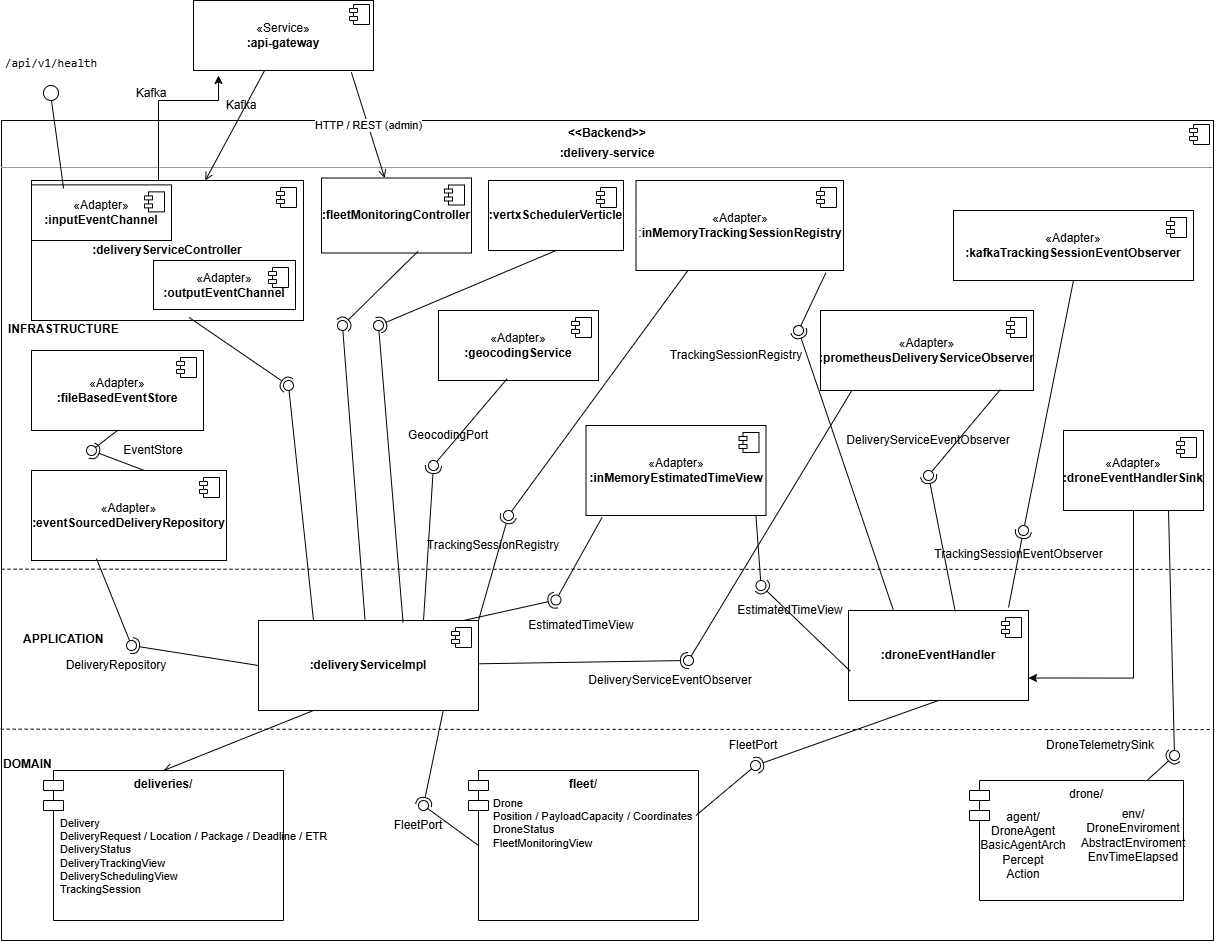
The draw.io diagram doc/delivery-service-v3.drawio.png in MarcoMoro10/SAP-Assignment3, before a commit. Source tidied: cells renumbered, new cells last; positions are measured from the earlier drawing's top-left corner, leaving out a move shared by most shapes.
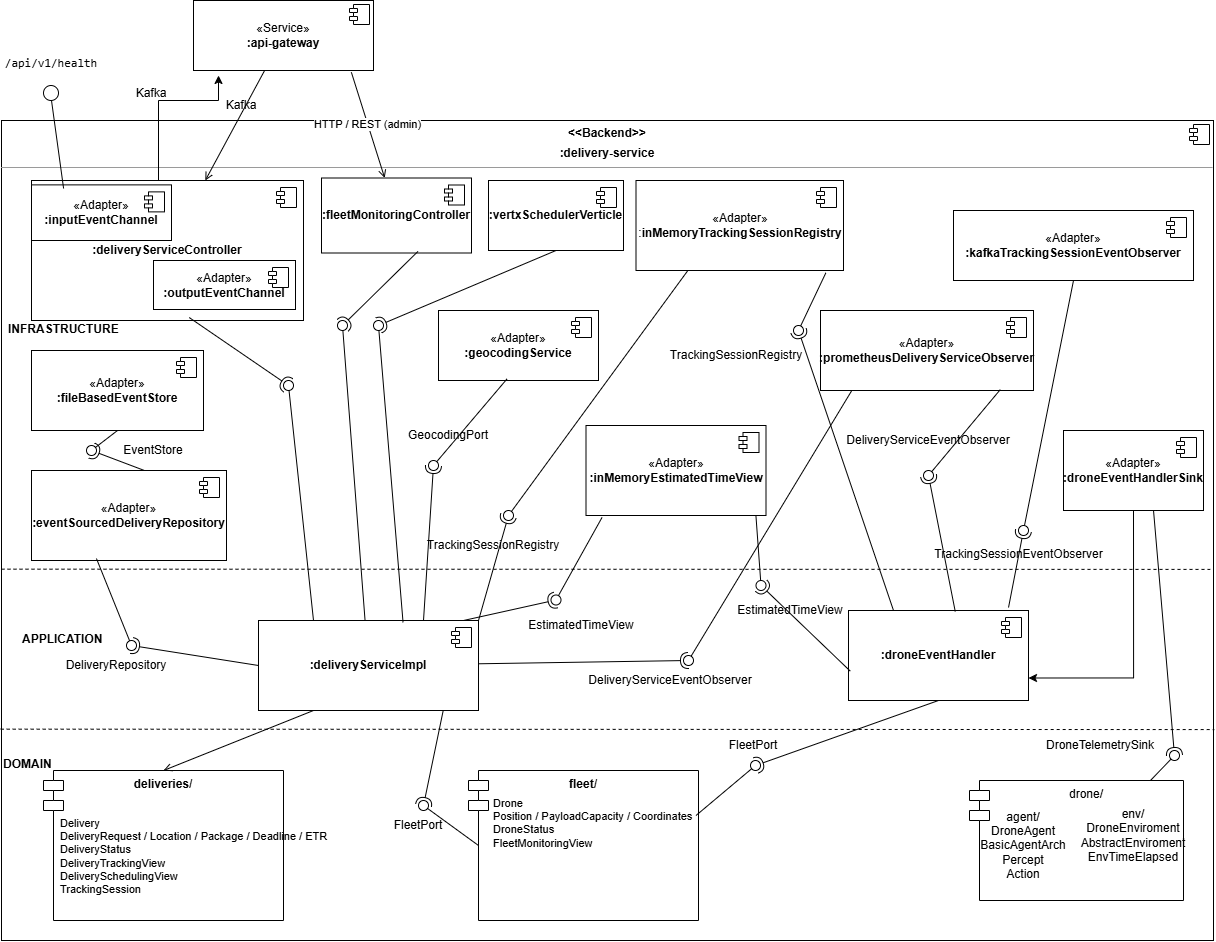
The same file after the commit.

Commit message:
Add SLI and SLO documentation, modified diagram that has errors, update async API

The edit, as a diff of the source:
```diff
@@ -245,10 +245,10 @@
     <mxCell id="72" value="FleetPort" style="text;html=1;whiteSpace=wrap;strokeColor=none;fillColor=none;align=center;verticalAlign=middle;rounded=0;" parent="1" vertex="1">
       <mxGeometry x="723" y="730" width="60" height="30" as="geometry" />
     </mxCell>
-    <mxCell id="73" style="rounded=0;jettySize=auto;html=1;endArrow=halfCircle;endFill=0;endSize=6;strokeWidth=1;sketch=0;exitX=0.822;exitY=0.012;exitDx=0;exitDy=0;exitPerimeter=0;" parent="1" edge="1" source="121" target="75">
+    <mxCell id="73" style="rounded=0;jettySize=auto;html=1;endArrow=halfCircle;endFill=0;endSize=6;strokeWidth=1;sketch=0;exitX=0.643;exitY=1;exitDx=0;exitDy=0;exitPerimeter=0;" parent="1" edge="1" source="119" target="75">
       <mxGeometry relative="1" as="geometry" />
     </mxCell>
-    <mxCell id="74" style="rounded=0;jettySize=auto;html=1;endArrow=oval;endFill=0;sketch=0;sourcePerimeterSpacing=0;targetPerimeterSpacing=0;endSize=10;exitX=0.75;exitY=1;exitDx=0;exitDy=0;" parent="1" edge="1" source="119" target="75">
+    <mxCell id="74" style="rounded=0;jettySize=auto;html=1;endArrow=oval;endFill=0;sketch=0;sourcePerimeterSpacing=0;targetPerimeterSpacing=0;endSize=10;exitX=0.816;exitY=0.055;exitDx=0;exitDy=0;exitPerimeter=0;" parent="1" edge="1" source="121" target="75">
       <mxGeometry relative="1" as="geometry" />
     </mxCell>
     <mxCell id="75" style="ellipse;whiteSpace=wrap;html=1;align=center;fillColor=none;strokeColor=none;perimeter=centerPerimeter;points=[];outlineConnect=1;" parent="1" vertex="1">
```
